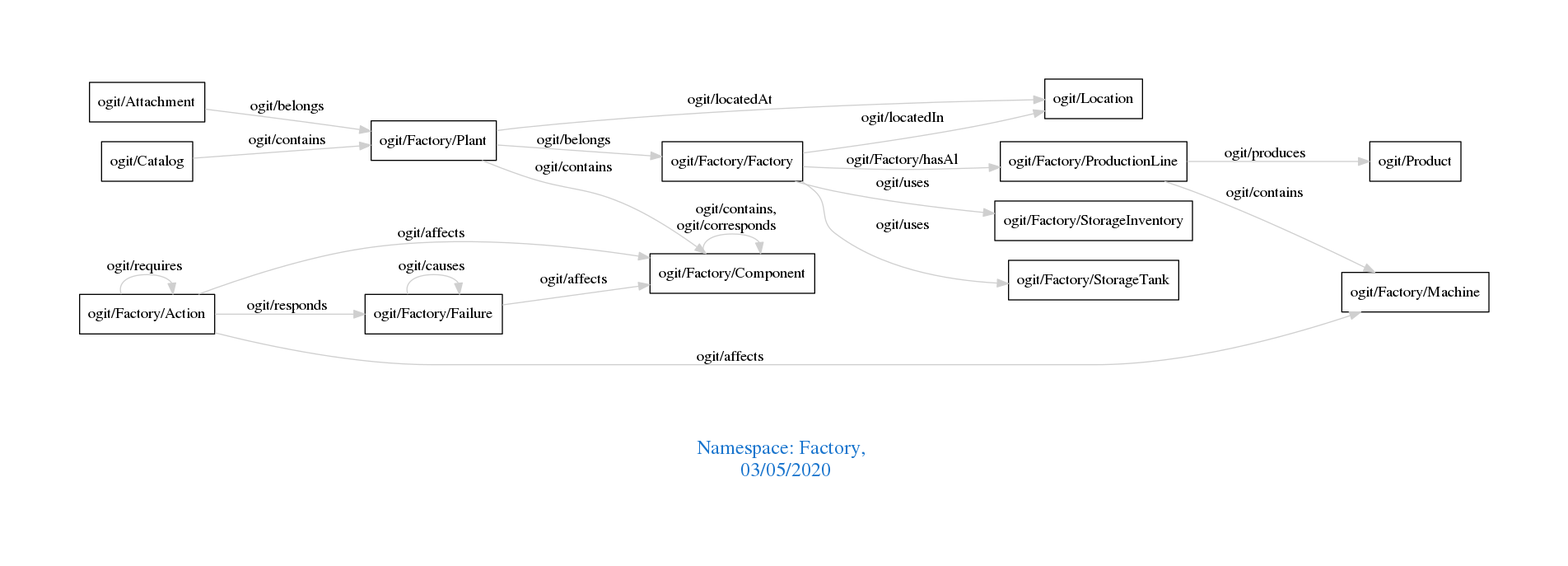
The Graphviz diagram downloads/Factory.png in arago/OGIT, before a commit. Its source is kept beside it as downloads/Factory.dot.
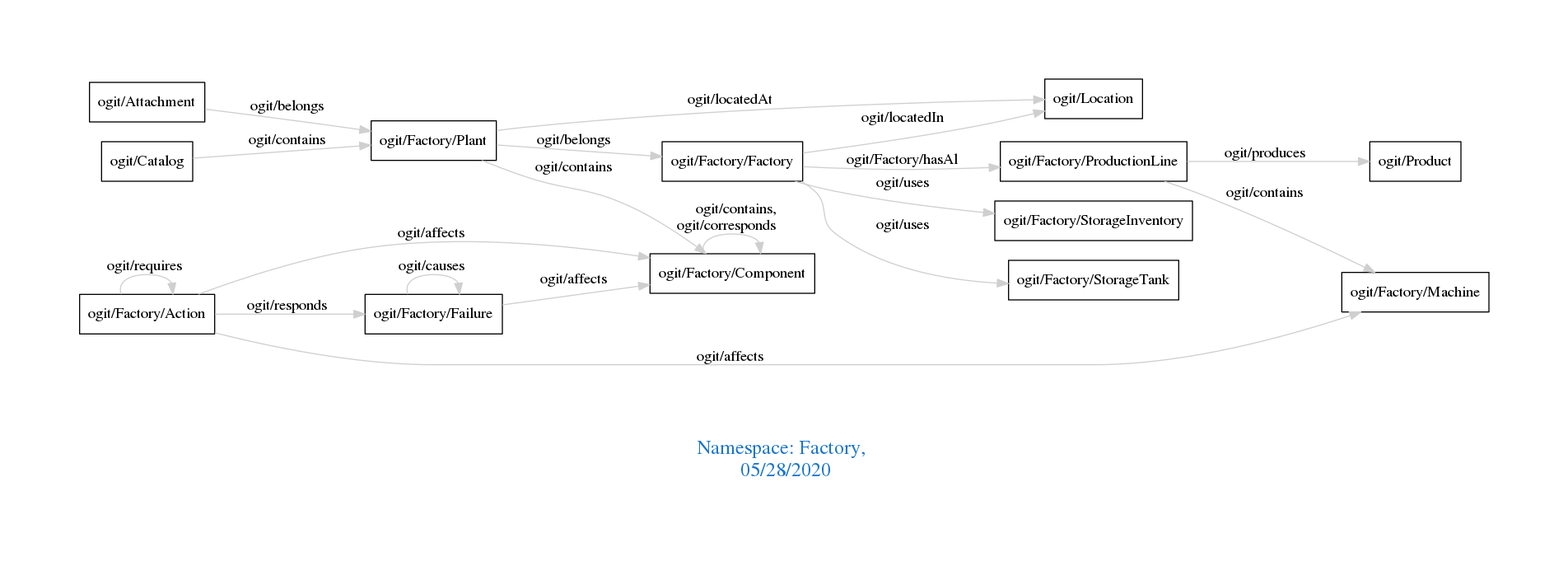
Later version of the same file.

The edit, as a diff of the source:
```diff
@@ -1,7 +1,7 @@
 digraph OGIT_ontology {
  graph [ rankdir= LR,pad=1
 fontsize = 18,
-fontcolor= dodgerblue3,label = "\n\n\nNamespace: Factory, \n 03/05/2020"];
+fontcolor= dodgerblue3,label = "\n\n\nNamespace: Factory, \n 05/28/2020"];
 node[shape=polygon];
 edge [  color="gray81"];
 
```
